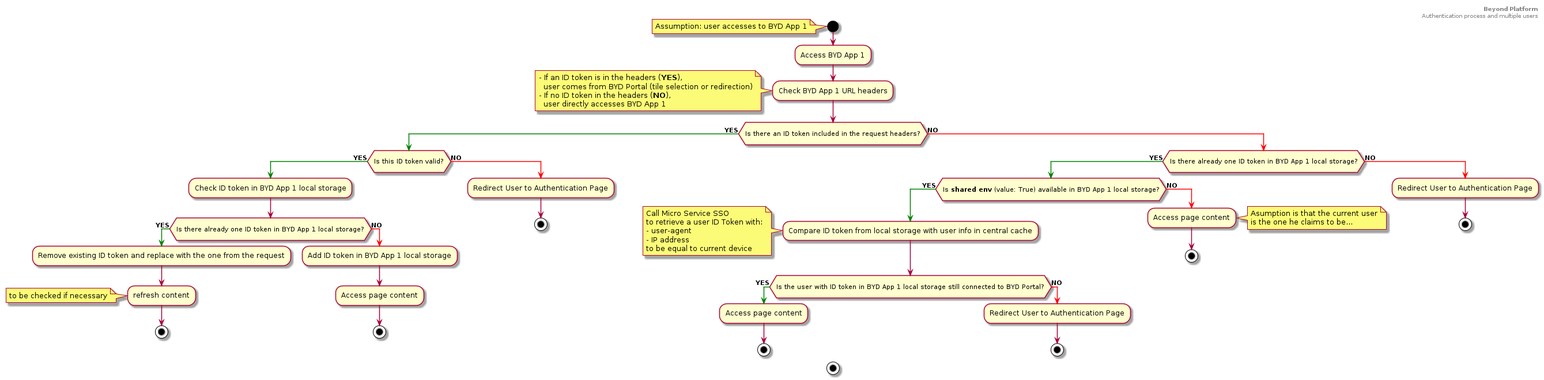
The PlantUML diagram 02.byd-Platform/4.DeploymentDossier/images/diagrams/activity-auth-multiple-users.png in cogirep/documentation, before a commit.
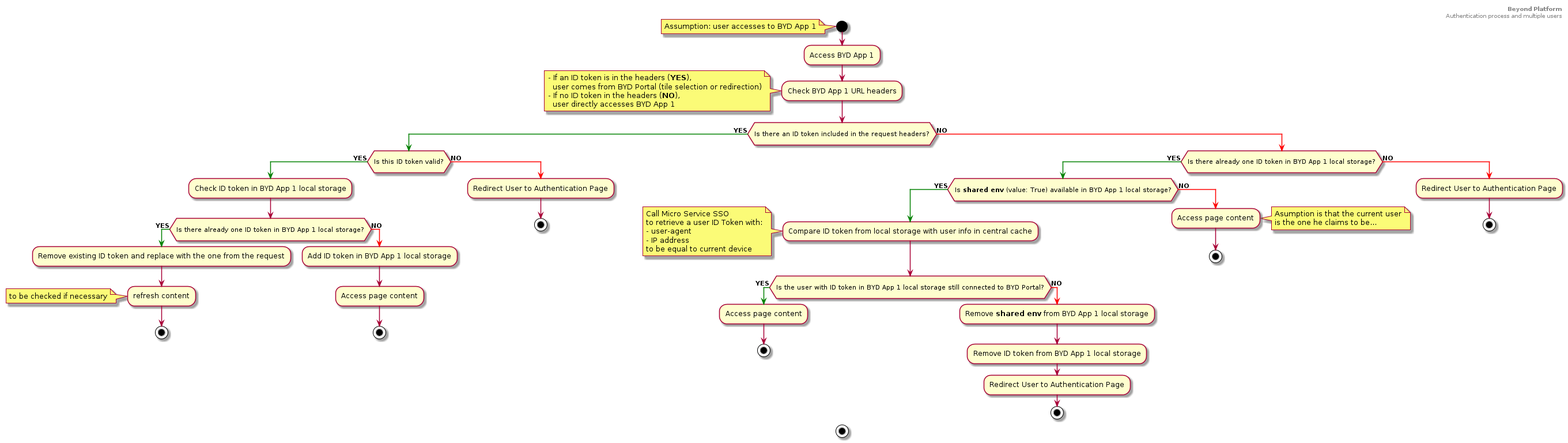
After the commit.

Commit message:
clean localstorage previous user token + sharedenv

Change to the diagram source:
```diff
@@ -60,6 +60,8 @@
         stop;
       else
         -[#red]-> **NO**;
+        :Remove <b>shared env</b> from BYD App 1 local storage;
+        :Remove ID token from BYD App 1 local storage;
         :Redirect User to Authentication Page;
         stop;
     endif
```
